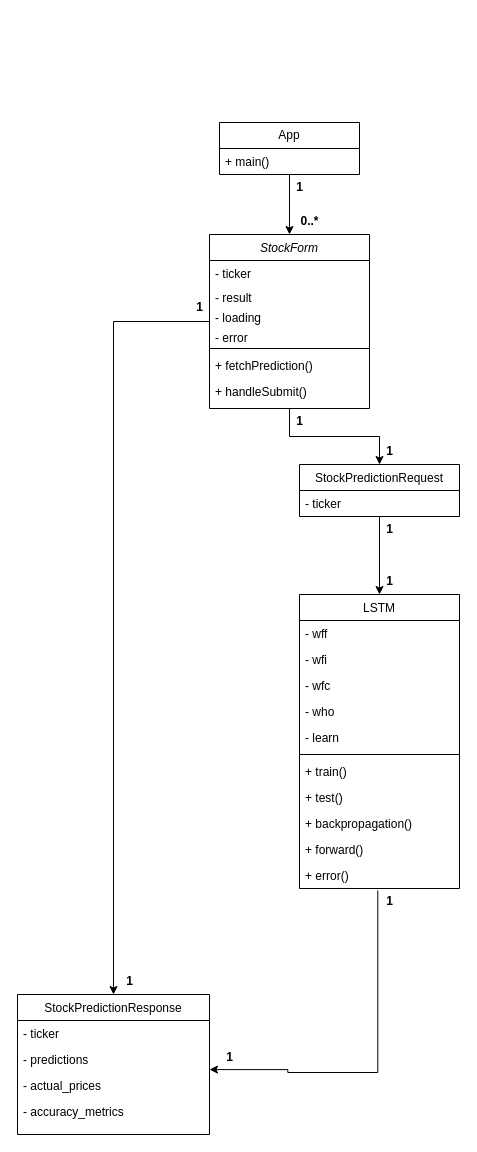
The draw.io diagram Documents/ClassDiagram.drawio in Nilesh-Nath/StockSense, before the edit. Source tidied: cells renumbered, new cells numbered last; positions are measured from the earlier drawing's top-left corner, leaving out a move shared by most shapes. Both pictures are drawn from the tidied source at 100%, with x=0, y=0 at pixel (17, 122).
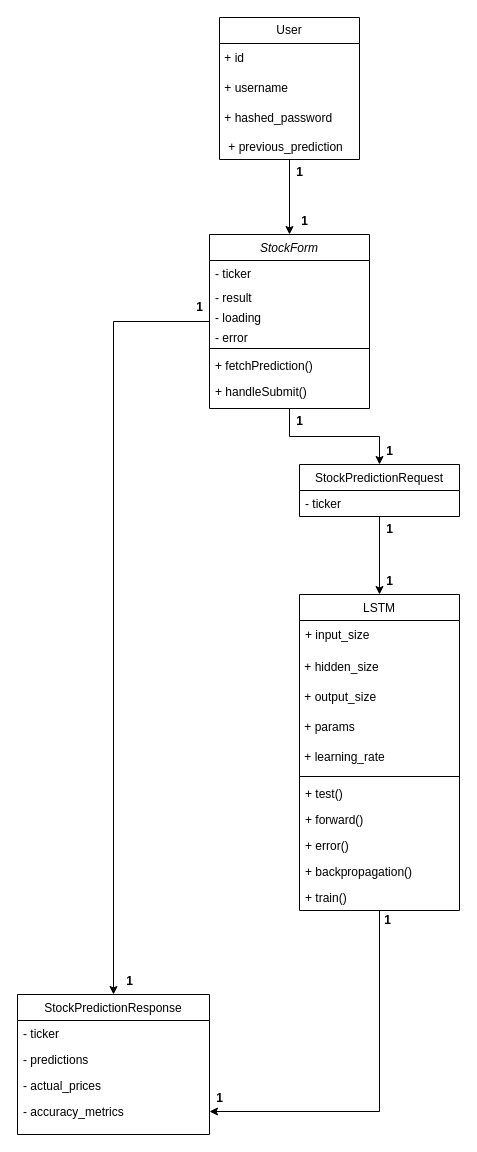
Above is the later version.

Unchanged cells that the change refers to:
```xml
<mxCell id="31" value="- accuracy_metrics" style="text;align=left;verticalAlign=top;spacingLeft=4;spacingRight=4;overflow=hidden;points=[[0,0.5],[1,0.5]];portConstraint=eastwest;rounded=0;shadow=0;html=0;" parent="27" vertex="1">
  <mxGeometry y="104" width="192" height="26" as="geometry" />
</mxCell>
```

The edit, as a diff of the source:
```diff
@@
+    <mxCell id="46" style="edgeStyle=orthogonalEdgeStyle;rounded=0;jettySize=auto;html=1;entryX=1;entryY=0.5;entryDx=0;entryDy=0;" parent="1" edge="1" source="12" target="31">
+      <mxGeometry relative="1" as="geometry" />
+    </mxCell>
     <mxCell id="12" value="LSTM" style="swimlane;fontStyle=0;align=center;verticalAlign=top;horizontal=1;startSize=26;rounded=0;shadow=0;strokeWidth=1;" parent="1" vertex="1">
-      <mxGeometry x="282" y="472" width="160" height="294" as="geometry" />
+      <mxGeometry x="282" y="472" width="160" height="316" as="geometry" />
     </mxCell>
-    <mxCell id="13" value="- wff" style="text;align=left;verticalAlign=top;spacingLeft=4;spacingRight=4;overflow=hidden;" parent="12" vertex="1">
-      <mxGeometry y="26" width="160" height="26" as="geometry" />
-    </mxCell>
-    <mxCell id="14" value="- wfi" style="text;strokeColor=none;fillColor=none;align=left;verticalAlign=top;spacingLeft=4;spacingRight=4;overflow=hidden;whiteSpace=wrap;html=1;" parent="12" vertex="1">
-      <mxGeometry y="52" width="160" height="26" as="geometry" />
-    </mxCell>
-    <mxCell id="15" value="- wfc" style="text;strokeColor=none;fillColor=none;align=left;verticalAlign=top;spacingLeft=4;spacingRight=4;overflow=hidden;whiteSpace=wrap;html=1;" parent="12" vertex="1">
-      <mxGeometry y="78" width="160" height="26" as="geometry" />
-    </mxCell>
-    <mxCell id="16" value="- who" style="text;strokeColor=none;fillColor=none;align=left;verticalAlign=top;spacingLeft=4;spacingRight=4;overflow=hidden;whiteSpace=wrap;html=1;" parent="12" vertex="1">
-      <mxGeometry y="104" width="160" height="26" as="geometry" />
-    </mxCell>
-    <mxCell id="17" value="- learn" style="text;align=left;verticalAlign=top;spacingLeft=4;spacingRight=4;overflow=hidden;rounded=0;shadow=0;html=0;" parent="12" vertex="1">
-      <mxGeometry y="130" width="160" height="26" as="geometry" />
+    <mxCell id="17" value="+ input_size" style="text;align=left;verticalAlign=top;spacingLeft=4;spacingRight=4;overflow=hidden;rounded=0;shadow=0;html=0;spacingTop=1;spacingBottom=1;" parent="12" vertex="1">
+      <mxGeometry y="26" width="160" height="32" as="geometry" />
     </mxCell>
+    <mxCell id="47" value="&lt;span style=&quot;text-wrap-mode: nowrap;&quot;&gt;&amp;nbsp;+ hidden_size&lt;/span&gt;" style="text;html=1;align=left;verticalAlign=middle;whiteSpace=wrap;rounded=0;" parent="12" vertex="1">
+      <mxGeometry y="58" width="160" height="30" as="geometry" />
+    </mxCell>
+    <mxCell id="48" value="&lt;span style=&quot;text-wrap-mode: nowrap;&quot;&gt;&amp;nbsp;+ output_size&lt;/span&gt;" style="text;html=1;align=left;verticalAlign=middle;whiteSpace=wrap;rounded=0;" parent="12" vertex="1">
+      <mxGeometry y="88" width="160" height="30" as="geometry" />
+    </mxCell>
+    <mxCell id="49" value="&lt;span style=&quot;text-wrap-mode: nowrap;&quot;&gt;&amp;nbsp;+ params&lt;/span&gt;" style="text;html=1;align=left;verticalAlign=middle;whiteSpace=wrap;rounded=0;" parent="12" vertex="1">
+      <mxGeometry y="118" width="160" height="30" as="geometry" />
+    </mxCell>
+    <mxCell id="50" value="&lt;div style=&quot;&quot;&gt;&lt;span style=&quot;text-wrap-mode: nowrap; background-color: transparent; color: light-dark(rgb(0, 0, 0), rgb(255, 255, 255));&quot;&gt;&amp;nbsp;+ learning_rate&lt;/span&gt;&lt;/div&gt;" style="text;html=1;align=left;verticalAlign=middle;whiteSpace=wrap;rounded=0;" parent="12" vertex="1">
+      <mxGeometry y="148" width="160" height="30" as="geometry" />
+    </mxCell>
     <mxCell id="18" style="line;html=1;strokeWidth=1;align=left;verticalAlign=middle;spacingTop=-1;spacingLeft=3;spacingRight=3;labelPosition=right;" parent="12" vertex="1">
-      <mxGeometry y="156" width="160" height="8" as="geometry" />
+      <mxGeometry y="178" width="160" height="8" as="geometry" />
     </mxCell>
-    <mxCell id="19" value="+ train()" style="text;align=left;verticalAlign=top;spacingLeft=4;spacingRight=4;overflow=hidden;fontStyle=0;" parent="12" vertex="1">
-      <mxGeometry y="164" width="160" height="26" as="geometry" />
-    </mxCell>
     <mxCell id="20" value="+ test()" style="text;strokeColor=none;fillColor=none;align=left;verticalAlign=top;spacingLeft=4;spacingRight=4;overflow=hidden;whiteSpace=wrap;html=1;" parent="12" vertex="1">
-      <mxGeometry y="190" width="160" height="26" as="geometry" />
+      <mxGeometry y="186" width="160" height="26" as="geometry" />
     </mxCell>
-    <mxCell id="21" value="+ backpropagation()" style="text;strokeColor=none;fillColor=none;align=left;verticalAlign=top;spacingLeft=4;spacingRight=4;overflow=hidden;whiteSpace=wrap;html=1;" parent="12" vertex="1">
-      <mxGeometry y="216" width="160" height="26" as="geometry" />
-    </mxCell>
     <mxCell id="22" value="+ forward()" style="text;strokeColor=none;fillColor=none;align=left;verticalAlign=top;spacingLeft=4;spacingRight=4;overflow=hidden;whiteSpace=wrap;html=1;" parent="12" vertex="1">
-      <mxGeometry y="242" width="160" height="26" as="geometry" />
+      <mxGeometry y="212" width="160" height="26" as="geometry" />
     </mxCell>
     <mxCell id="23" value="+ error()" style="text;align=left;verticalAlign=top;spacingLeft=4;spacingRight=4;overflow=hidden;" parent="12" vertex="1">
-      <mxGeometry y="268" width="160" height="26" as="geometry" />
+      <mxGeometry y="238" width="160" height="26" as="geometry" />
     </mxCell>
+    <mxCell id="21" value="+ backpropagation()" style="text;strokeColor=none;fillColor=none;align=left;verticalAlign=top;spacingLeft=4;spacingRight=4;overflow=hidden;whiteSpace=wrap;html=1;" parent="12" vertex="1">
+      <mxGeometry y="264" width="160" height="26" as="geometry" />
+    </mxCell>
+    <mxCell id="19" value="+ train()" style="text;align=left;verticalAlign=top;spacingLeft=4;spacingRight=4;overflow=hidden;fontStyle=0;" parent="12" vertex="1">
+      <mxGeometry y="290" width="160" height="26" as="geometry" />
+    </mxCell>
@@
-    <mxCell id="33" value="App" style="swimlane;fontStyle=0;horizontal=1;startSize=26;fillColor=none;whiteSpace=wrap;html=1;" parent="1" vertex="1">
-      <mxGeometry x="202" width="140" height="52" as="geometry" />
+    <mxCell id="33" value="User" style="swimlane;fontStyle=0;horizontal=1;startSize=26;fillColor=none;whiteSpace=wrap;html=1;" parent="1" vertex="1">
+      <mxGeometry x="202" y="-105" width="140" height="142" as="geometry" />
     </mxCell>
+    <mxCell id="51" value="&amp;nbsp;+ id" style="text;html=1;align=left;verticalAlign=middle;whiteSpace=wrap;rounded=0;" parent="33" vertex="1">
+      <mxGeometry y="26" width="140" height="30" as="geometry" />
+    </mxCell>
+    <mxCell id="52" value="&amp;nbsp;+ username" style="text;html=1;align=left;verticalAlign=middle;whiteSpace=wrap;rounded=0;" parent="33" vertex="1">
+      <mxGeometry y="56" width="140" height="30" as="geometry" />
+    </mxCell>
+    <mxCell id="53" value="&amp;nbsp;+ hashed_password" style="text;html=1;align=left;verticalAlign=middle;whiteSpace=wrap;rounded=0;" parent="33" vertex="1">
+      <mxGeometry y="86" width="140" height="30" as="geometry" />
+    </mxCell>
-    <mxCell id="34" value="+ main()" style="text;strokeColor=none;fillColor=none;align=left;verticalAlign=top;spacingLeft=4;spacingRight=4;overflow=hidden;whiteSpace=wrap;html=1;" parent="33" vertex="1">
-      <mxGeometry y="26" width="140" height="26" as="geometry" />
+    <mxCell id="34" value="&amp;nbsp;+ previous_prediction" style="text;strokeColor=none;fillColor=none;align=left;verticalAlign=top;spacingLeft=4;spacingRight=4;overflow=hidden;whiteSpace=wrap;html=1;" parent="33" vertex="1">
+      <mxGeometry y="116" width="140" height="26" as="geometry" />
     </mxCell>
-    <mxCell id="35" style="edgeStyle=orthogonalEdgeStyle;rounded=0;orthogonalLoop=1;jettySize=auto;html=1;entryX=1.009;entryY=0.814;entryDx=0;entryDy=0;entryPerimeter=0;" parent="1" edge="1">
-      <mxGeometry relative="1" as="geometry">
-        <mxPoint x="360.3" y="768" as="sourcePoint" />
-        <mxPoint x="192" y="947.1" as="targetPoint" />
-        <Array as="points">
-          <mxPoint x="360.3" y="950" />
-          <mxPoint x="270.3" y="950" />
-          <mxPoint x="270.3" y="947" />
-        </Array>
-      </mxGeometry>
-    </mxCell>
     <mxCell id="36" value="1" style="text;align=center;fontStyle=1;verticalAlign=middle;spacingLeft=3;spacingRight=3;strokeColor=none;html=1;" parent="1" vertex="1">
-      <mxGeometry x="242" y="52" width="80" height="26" as="geometry" />
+      <mxGeometry x="242" y="37" width="80" height="26" as="geometry" />
     </mxCell>
-    <mxCell id="37" value="0..*" style="text;align=center;fontStyle=1;verticalAlign=middle;spacingLeft=3;spacingRight=3;strokeColor=none;html=1;" parent="1" vertex="1">
-      <mxGeometry x="252" y="86" width="80" height="26" as="geometry" />
+    <mxCell id="37" value="1" style="text;align=center;fontStyle=1;verticalAlign=middle;spacingLeft=3;spacingRight=3;strokeColor=none;html=1;" parent="1" vertex="1">
+      <mxGeometry x="247" y="86" width="80" height="26" as="geometry" />
     </mxCell>
@@
     <mxCell id="44" value="1" style="text;align=center;fontStyle=1;verticalAlign=middle;spacingLeft=3;spacingRight=3;strokeColor=none;html=1;" parent="1" vertex="1">
-      <mxGeometry x="332" y="766" width="80" height="26" as="geometry" />
+      <mxGeometry x="330" y="785" width="80" height="26" as="geometry" />
     </mxCell>
     <mxCell id="45" value="1" style="text;align=center;fontStyle=1;verticalAlign=middle;spacingLeft=3;spacingRight=3;strokeColor=none;html=1;" parent="1" vertex="1">
-      <mxGeometry x="172" y="922" width="80" height="26" as="geometry" />
+      <mxGeometry x="162" y="963" width="80" height="26" as="geometry" />
     </mxCell>
```
